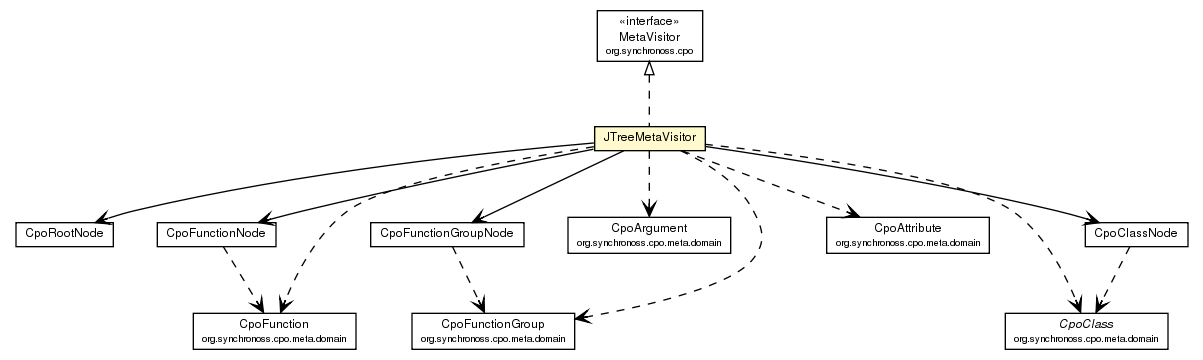
synchronoss/cpo-util keeps this Graphviz diagram as site/apidocs/org/synchronoss/cpo/util/JTreeMetaVisitor.png. Above is the earlier version. Its source is kept beside it as site/apidocs/org/synchronoss/cpo/util/JTreeMetaVisitor.dot.
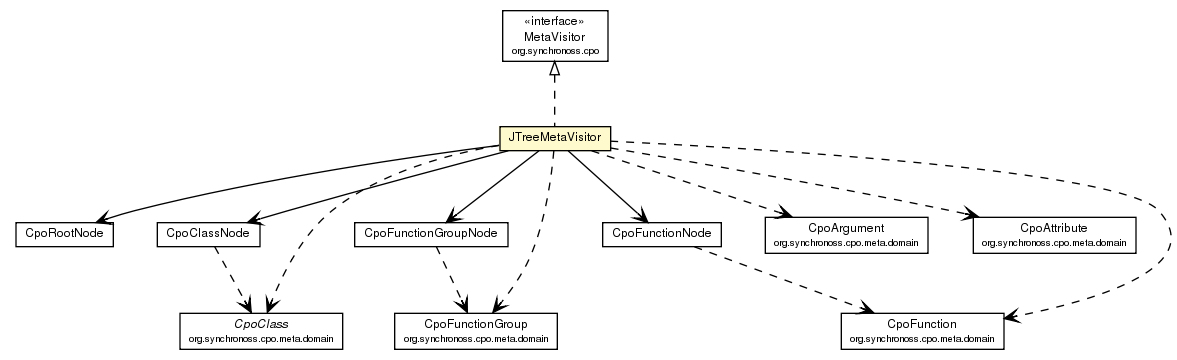
After the change.

Diff of the diagram source:
```diff
@@ -32,39 +32,39 @@
 	c1707:p -> c1723:p [taillabel="", label="", headlabel="", fontname="Helvetica", fontcolor="black", fontsize=10.0, color="black", arrowhead=open];
 	c1707:p -> c1728:p [taillabel="", label="", headlabel="", fontname="Helvetica", fontcolor="black", fontsize=10.0, color="black", arrowhead=open];
 	c1707:p -> c1721:p [taillabel="", label="", headlabel="", fontname="Helvetica", fontcolor="black", fontsize=10.0, color="black", arrowhead=open];
-	c1707:p -> c1765:p [taillabel="", label="", headlabel="", fontname="Helvetica", fontcolor="black", fontsize=10.0, color="black", arrowhead=open, style=dashed];
+	c1707:p -> c1766:p [taillabel="", label="", headlabel="", fontname="Helvetica", fontcolor="black", fontsize=10.0, color="black", arrowhead=open, style=dashed];
 	c1707:p -> c1767:p [taillabel="", label="", headlabel="", fontname="Helvetica", fontcolor="black", fontsize=10.0, color="black", arrowhead=open, style=dashed];
 	c1707:p -> c1768:p [taillabel="", label="", headlabel="", fontname="Helvetica", fontcolor="black", fontsize=10.0, color="black", arrowhead=open, style=dashed];
 	c1707:p -> c1769:p [taillabel="", label="", headlabel="", fontname="Helvetica", fontcolor="black", fontsize=10.0, color="black", arrowhead=open, style=dashed];
 	c1707:p -> c1770:p [taillabel="", label="", headlabel="", fontname="Helvetica", fontcolor="black", fontsize=10.0, color="black", arrowhead=open, style=dashed];
-	c1721:p -> c1769:p [taillabel="", label="", headlabel="", fontname="Helvetica", fontcolor="black", fontsize=10.0, color="black", arrowhead=open, style=dashed];
-	c1723:p -> c1770:p [taillabel="", label="", headlabel="", fontname="Helvetica", fontcolor="black", fontsize=10.0, color="black", arrowhead=open, style=dashed];
-	c1728:p -> c1767:p [taillabel="", label="", headlabel="", fontname="Helvetica", fontcolor="black", fontsize=10.0, color="black", arrowhead=open, style=dashed];
-	c1770 [label=<<table border="0" cellborder="1" cellspacing="0" cellpadding="2" port="p" href="http://java.sun.com/j2se/1.4.2/docs/api/org/synchronoss/cpo/meta/domain/CpoClass.html">
+	c1721:p -> c1770:p [taillabel="", label="", headlabel="", fontname="Helvetica", fontcolor="black", fontsize=10.0, color="black", arrowhead=open, style=dashed];
+	c1723:p -> c1767:p [taillabel="", label="", headlabel="", fontname="Helvetica", fontcolor="black", fontsize=10.0, color="black", arrowhead=open, style=dashed];
+	c1728:p -> c1766:p [taillabel="", label="", headlabel="", fontname="Helvetica", fontcolor="black", fontsize=10.0, color="black", arrowhead=open, style=dashed];
+	c1767 [label=<<table border="0" cellborder="1" cellspacing="0" cellpadding="2" port="p" href="http://java.sun.com/j2se/1.4.2/docs/api/org/synchronoss/cpo/meta/domain/CpoClass.html">
 		<tr><td><table border="0" cellspacing="0" cellpadding="1">
 			<tr><td><font face="Helvetica-Oblique"> CpoClass </font></td></tr>
 			<tr><td><font point-size="7.0"> org.synchronoss.cpo.meta.domain </font></td></tr>
 		</table></td></tr>
 		</table>>, fontname="Helvetica", fontcolor="black", fontsize=9.0];
-	c1765 [label=<<table border="0" cellborder="1" cellspacing="0" cellpadding="2" port="p" href="http://java.sun.com/j2se/1.4.2/docs/api/org/synchronoss/cpo/meta/domain/CpoArgument.html">
+	c1768 [label=<<table border="0" cellborder="1" cellspacing="0" cellpadding="2" port="p" href="http://java.sun.com/j2se/1.4.2/docs/api/org/synchronoss/cpo/meta/domain/CpoArgument.html">
 		<tr><td><table border="0" cellspacing="0" cellpadding="1">
 			<tr><td> CpoArgument </td></tr>
 			<tr><td><font point-size="7.0"> org.synchronoss.cpo.meta.domain </font></td></tr>
 		</table></td></tr>
 		</table>>, fontname="Helvetica", fontcolor="black", fontsize=9.0];
-	c1768 [label=<<table border="0" cellborder="1" cellspacing="0" cellpadding="2" port="p" href="http://java.sun.com/j2se/1.4.2/docs/api/org/synchronoss/cpo/meta/domain/CpoAttribute.html">
+	c1769 [label=<<table border="0" cellborder="1" cellspacing="0" cellpadding="2" port="p" href="http://java.sun.com/j2se/1.4.2/docs/api/org/synchronoss/cpo/meta/domain/CpoAttribute.html">
 		<tr><td><table border="0" cellspacing="0" cellpadding="1">
 			<tr><td> CpoAttribute </td></tr>
 			<tr><td><font point-size="7.0"> org.synchronoss.cpo.meta.domain </font></td></tr>
 		</table></td></tr>
 		</table>>, fontname="Helvetica", fontcolor="black", fontsize=9.0];
-	c1769 [label=<<table border="0" cellborder="1" cellspacing="0" cellpadding="2" port="p" href="http://java.sun.com/j2se/1.4.2/docs/api/org/synchronoss/cpo/meta/domain/CpoFunction.html">
+	c1770 [label=<<table border="0" cellborder="1" cellspacing="0" cellpadding="2" port="p" href="http://java.sun.com/j2se/1.4.2/docs/api/org/synchronoss/cpo/meta/domain/CpoFunction.html">
 		<tr><td><table border="0" cellspacing="0" cellpadding="1">
 			<tr><td> CpoFunction </td></tr>
 			<tr><td><font point-size="7.0"> org.synchronoss.cpo.meta.domain </font></td></tr>
 		</table></td></tr>
 		</table>>, fontname="Helvetica", fontcolor="black", fontsize=9.0];
-	c1767 [label=<<table border="0" cellborder="1" cellspacing="0" cellpadding="2" port="p" href="http://java.sun.com/j2se/1.4.2/docs/api/org/synchronoss/cpo/meta/domain/CpoFunctionGroup.html">
+	c1766 [label=<<table border="0" cellborder="1" cellspacing="0" cellpadding="2" port="p" href="http://java.sun.com/j2se/1.4.2/docs/api/org/synchronoss/cpo/meta/domain/CpoFunctionGroup.html">
 		<tr><td><table border="0" cellspacing="0" cellpadding="1">
 			<tr><td> CpoFunctionGroup </td></tr>
 			<tr><td><font point-size="7.0"> org.synchronoss.cpo.meta.domain </font></td></tr>
```
